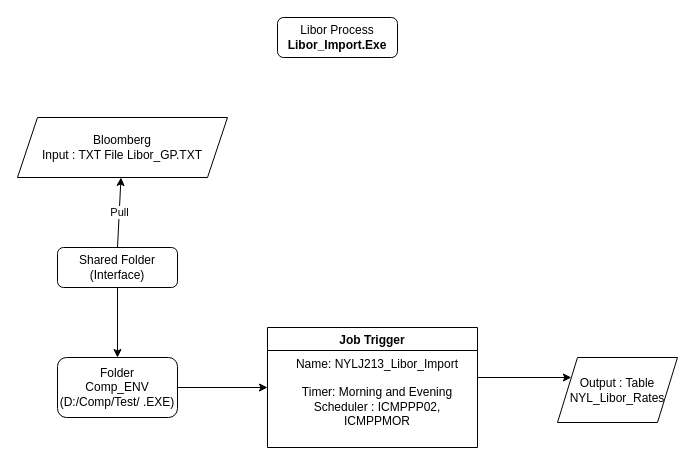
abhishekpathak49/Pipeline keeps this draw.io diagram as ArcadisPipeline/ArcadisPipeline/Libor_Flow (3).drawio. Above is the earlier version. Source tidied: cells renumbered, new cells numbered last; positions are measured from the earlier drawing's top-left corner, leaving out a move shared by most shapes. Both pictures are drawn from the tidied source at 100%, with x=0, y=0 at pixel (17, 17).
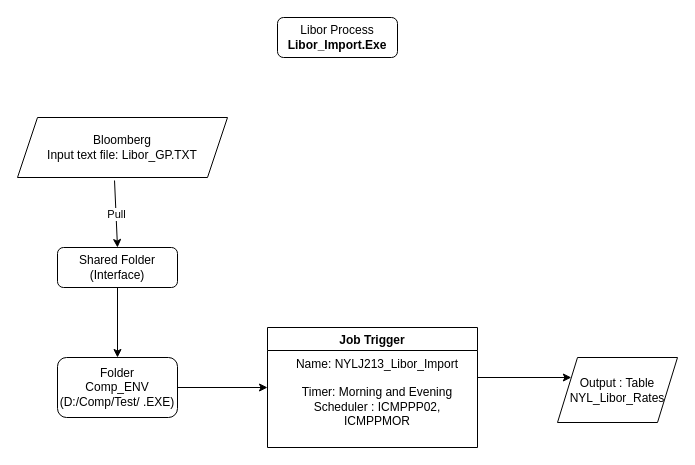
After the change.

What changed in the source:
```diff
@@
 <mxGraphModel>
   <root>
     <mxCell id="0" />
     <mxCell id="1" parent="0" />
     <mxCell id="2" style="edgeStyle=orthogonalEdgeStyle;rounded=0;jettySize=auto;html=1;" parent="1" edge="1" source="3" target="5">
       <mxGeometry relative="1" as="geometry" />
     </mxCell>
     <mxCell id="3" value="Shared Folder (Interface)" style="rounded=1;whiteSpace=wrap;html=1;fontSize=12;glass=0;strokeWidth=1;shadow=0;" parent="1" vertex="1">
       <mxGeometry x="40" y="230" width="120" height="40" as="geometry" />
     </mxCell>
-    <mxCell id="4" value="&amp;nbsp;Pull&amp;nbsp;" style="endArrow=classic;html=1;rounded=0;exitX=0.5;exitY=0;exitDx=0;exitDy=0;" parent="1" edge="1" source="3" target="11">
+    <mxCell id="4" value="&amp;nbsp;Pull&amp;nbsp;" style="endArrow=classic;html=1;rounded=0;exitX=0.462;exitY=1.05;exitDx=0;exitDy=0;exitPerimeter=0;entryX=0.5;entryY=0;entryDx=0;entryDy=0;" parent="1" edge="1" source="11" target="3">
       <mxGeometry relative="1" as="geometry" />
     </mxCell>
     <mxCell id="5" value="Folder&lt;br&gt;Comp_ENV (D:/Comp/Test/ .EXE)" style="whiteSpace=wrap;html=1;rounded=1;glass=0;strokeWidth=1;shadow=0;" parent="1" vertex="1">
       <mxGeometry x="40" y="340" width="120" height="60" as="geometry" />
     </mxCell>
     <mxCell id="6" value="Job Trigger" style="swimlane;startSize=23;" parent="1" vertex="1">
       <mxGeometry x="250" y="310" width="210" height="120" as="geometry" />
     </mxCell>
     <mxCell id="7" value="Name: NYLJ213_Libor_Import&lt;br&gt;&amp;nbsp;&lt;br&gt;Timer: Morning and Evening&lt;br&gt;Scheduler : ICMPPP02, ICMPPMOR" style="text;html=1;strokeColor=none;fillColor=none;align=center;verticalAlign=middle;whiteSpace=wrap;rounded=0;" parent="6" vertex="1">
       <mxGeometry x="20" y="50" width="180" height="30" as="geometry" />
     </mxCell>
     <mxCell id="8" style="endArrow=classic;html=1;rounded=0;entryX=0;entryY=0.5;entryDx=0;entryDy=0;exitX=1;exitY=0.5;exitDx=0;exitDy=0;" parent="1" edge="1" source="5" target="6">
       <mxGeometry relative="1" as="geometry" />
     </mxCell>
     <mxCell id="9" value="Output : Table NYL_Libor_Rates" style="shape=parallelogram;perimeter=parallelogramPerimeter;whiteSpace=wrap;html=1;fixedSize=1;" parent="1" vertex="1">
       <mxGeometry x="540" y="340" width="120" height="65" as="geometry" />
     </mxCell>
     <mxCell id="10" style="endArrow=classic;html=1;rounded=0;entryX=0;entryY=0.25;entryDx=0;entryDy=0;" parent="1" edge="1" target="9">
       <mxGeometry relative="1" as="geometry">
         <mxPoint x="460" y="360" as="sourcePoint" />
       </mxGeometry>
     </mxCell>
-    <mxCell id="11" value="Bloomberg&lt;br&gt;Input : TXT File Libor_GP.TXT" style="shape=parallelogram;perimeter=parallelogramPerimeter;whiteSpace=wrap;html=1;fixedSize=1;" parent="1" vertex="1">
+    <mxCell id="11" value="Bloomberg&lt;br&gt;Input text file: Libor_GP.TXT" style="shape=parallelogram;perimeter=parallelogramPerimeter;whiteSpace=wrap;html=1;fixedSize=1;" parent="1" vertex="1">
       <mxGeometry y="100" width="210" height="60" as="geometry" />
     </mxCell>
     <mxCell id="12" value="Libor Process&lt;br&gt;&lt;b&gt;Libor_Import.Exe&lt;/b&gt;" style="rounded=1;whiteSpace=wrap;html=1;" parent="1" vertex="1">
       <mxGeometry x="260" width="120" height="40" as="geometry" />
     </mxCell>
   </root>
 </mxGraphModel>
```
